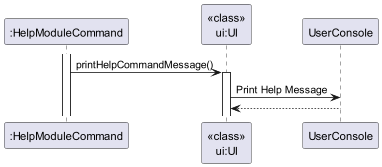
The PlantUML diagram docs/diagrams/Commands/HelpCommandSequenceDiagram.png in nus-cs2113-AY2223S2/tp, before a commit. The source it was exported from:
```plantuml
@startuml

activate ":HelpModuleCommand"

":HelpModuleCommand" -> "<<class>>\nui:UI" : printHelpCommandMessage()
activate "<<class>>\nui:UI"

"<<class>>\nui:UI" -> UserConsole : Print Help Message
"<<class>>\nui:UI" <-- UserConsole
@enduml
```
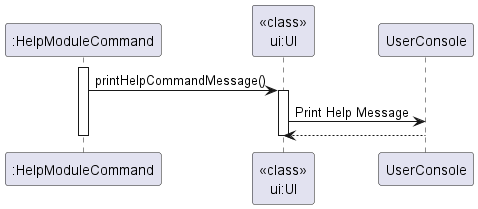
Above is the later version.

Change to the diagram source:
```diff
@@ -7,4 +7,8 @@
 
 "<<class>>\nui:UI" -> UserConsole : Print Help Message
 "<<class>>\nui:UI" <-- UserConsole
+
+deactivate "<<class>>\nui:UI"
+
+deactivate ":HelpModuleCommand"
 @enduml
```
